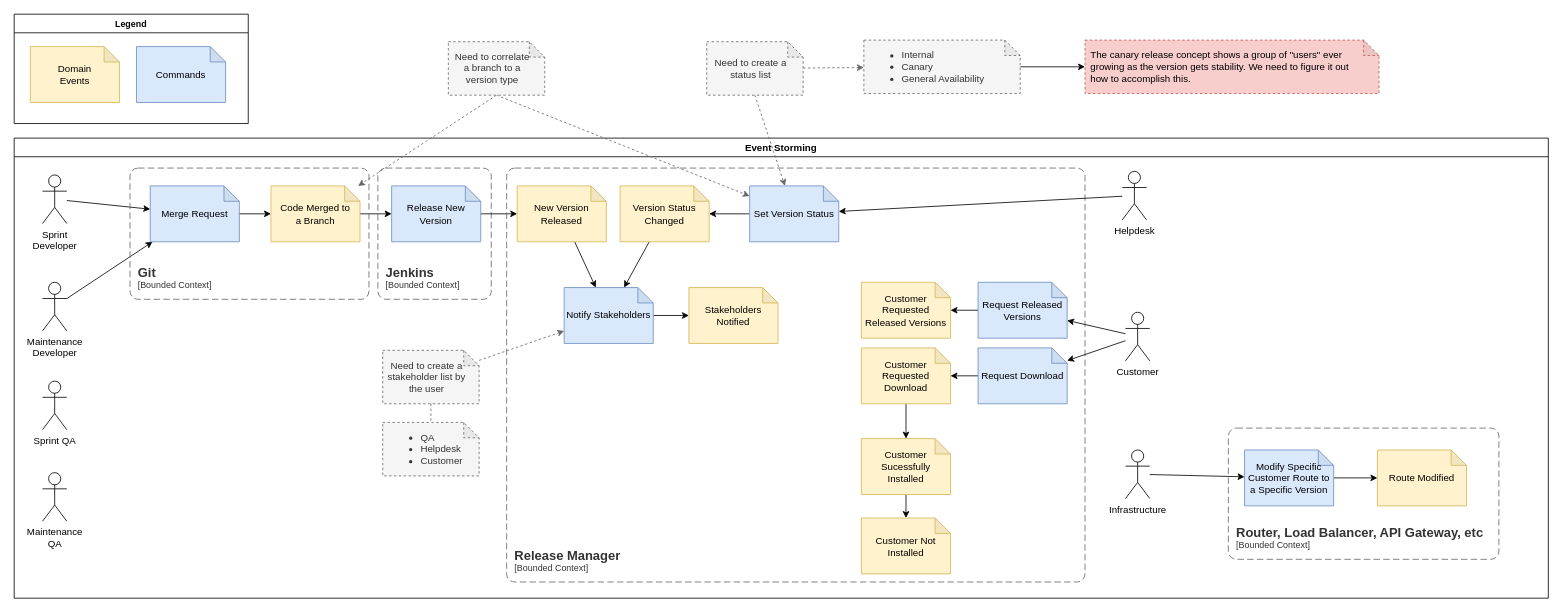
Earlier version of the draw.io diagram release-manager.drawio (higorrg/release-manager). Source tidied: cells renumbered, new cells numbered last; positions are measured from the earlier drawing's top-left corner, leaving out a move shared by most shapes. Both pictures are drawn from the tidied source at 81%, with x=0, y=0 at pixel (14, 14).
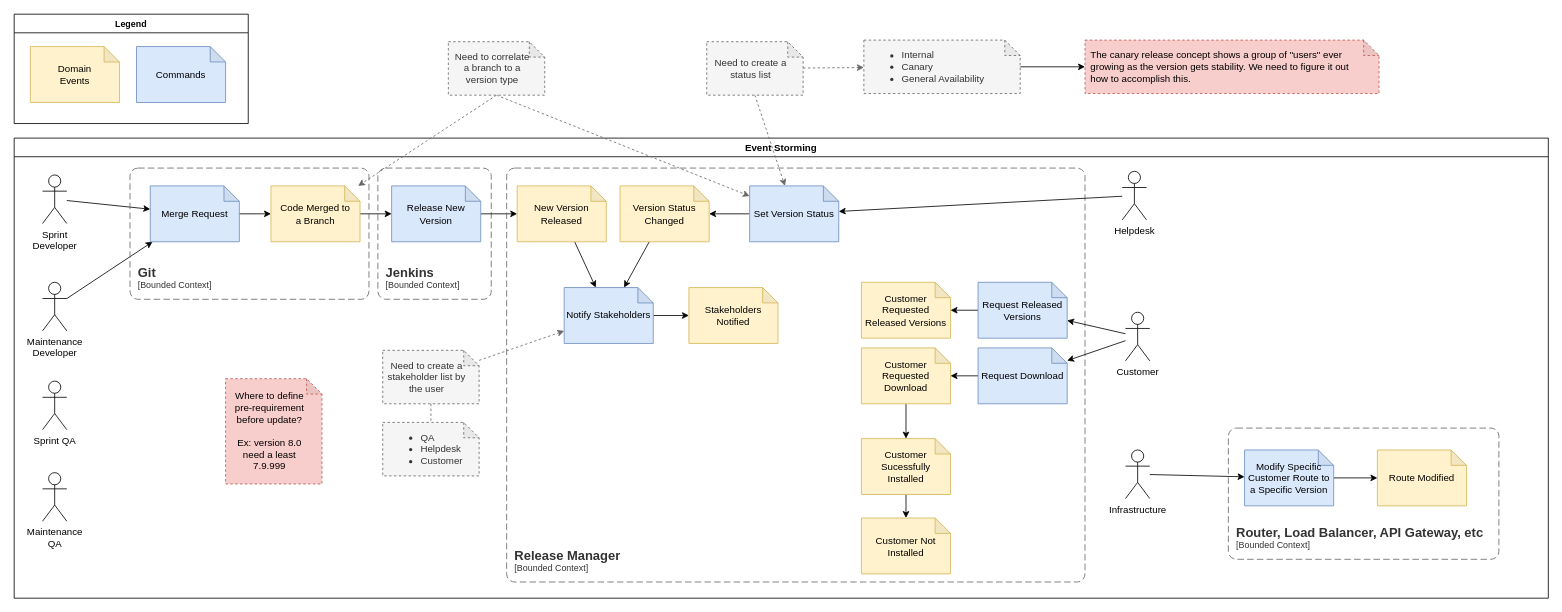
After the change.

Commit message:
Event Storming

The change refers to these unchanged cells:
```xml
<mxCell id="2" value="Event Storming" style="swimlane;whiteSpace=wrap;html=1;" parent="1" vertex="1">
  <mxGeometry y="153" width="1894" height="568" as="geometry" />
</mxCell>
```

Change to the diagram source:
```diff
@@
+    <mxCell id="64" value="Where to define pre-requirement before update?&lt;br&gt;&lt;br&gt;Ex: version 8.0 need a least 7.9.999" style="shape=note;whiteSpace=wrap;html=1;backgroundOutline=1;darkOpacity=0.05;size=19;fillColor=#f8cecc;strokeColor=#b85450;dashed=1;spacing=2;spacingRight=15;spacingLeft=5;" parent="2" vertex="1">
+      <mxGeometry x="261" y="297" width="119" height="130" as="geometry" />
+    </mxCell>
```
